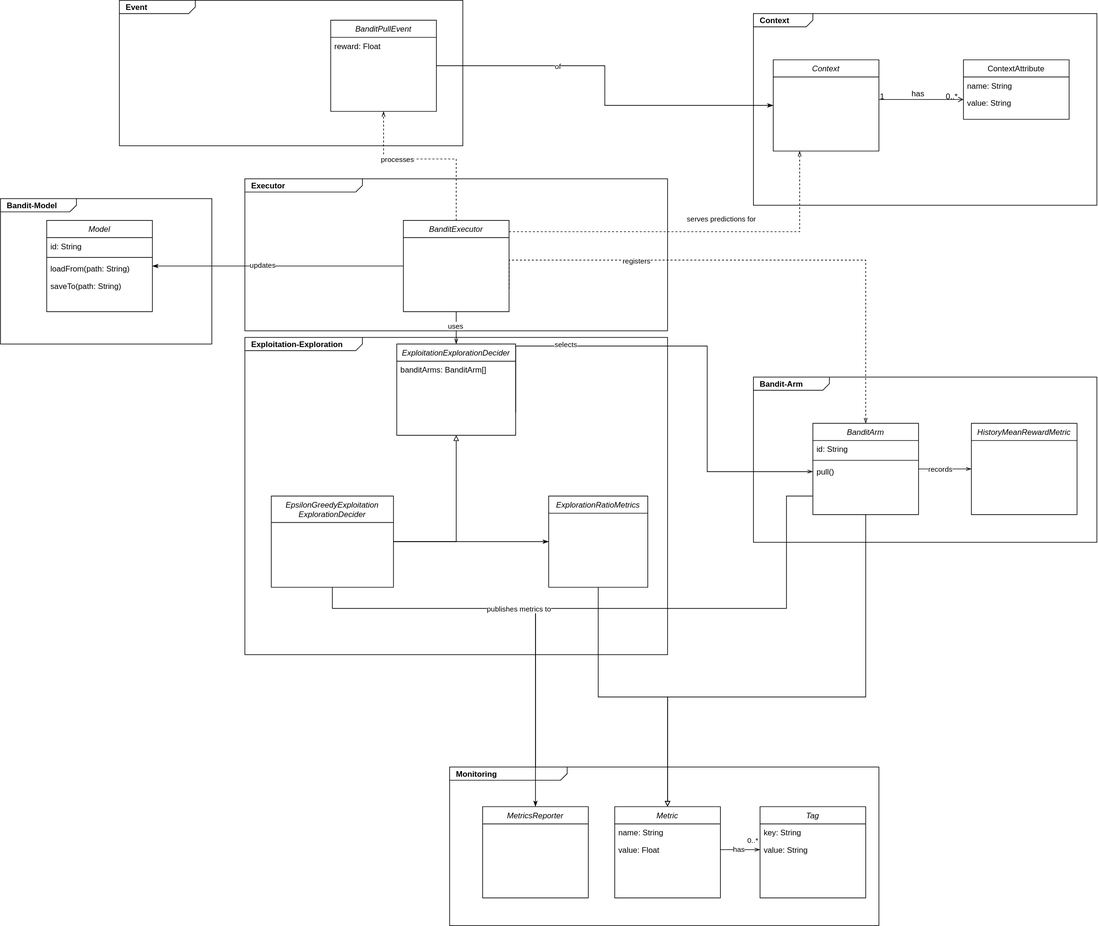
The draw.io diagram documentation/kotlin-contextual-bandit.drawio.svg in sesigl/kotlin-contextual-bandit, before a commit. Source tidied: cells renumbered, new cells last; positions are measured from the earlier drawing's top-left corner, leaving out a move shared by most shapes. The source it was exported from:
```xml
<mxGraphModel>
  <root>
    <mxCell id="0" />
    <mxCell id="1" parent="0" />
    <mxCell id="2" value="&lt;p style=&quot;margin: 0px ; margin-top: 4px ; margin-left: 10px ; text-align: left&quot;&gt;&lt;b&gt;Exploitation-Exploration&lt;/b&gt;&lt;/p&gt;" style="html=1;strokeWidth=1;shape=mxgraph.sysml.package;html=1;overflow=fill;whiteSpace=wrap;labelX=178.71;" parent="1" vertex="1">
      <mxGeometry x="370" y="510" width="640" height="480" as="geometry" />
    </mxCell>
    <mxCell id="3" value="&lt;p style=&quot;margin: 0px ; margin-top: 4px ; margin-left: 10px ; text-align: left&quot;&gt;&lt;b&gt;Executor&lt;/b&gt;&lt;/p&gt;" style="html=1;strokeWidth=1;shape=mxgraph.sysml.package;html=1;overflow=fill;whiteSpace=wrap;labelX=178.71;" parent="1" vertex="1">
      <mxGeometry x="370" y="270" width="640" height="230" as="geometry" />
    </mxCell>
    <mxCell id="4" value="&lt;p style=&quot;margin: 0px ; margin-top: 4px ; margin-left: 10px ; text-align: left&quot;&gt;&lt;b&gt;Context&lt;/b&gt;&lt;/p&gt;" style="html=1;strokeWidth=1;shape=mxgraph.sysml.package;html=1;overflow=fill;whiteSpace=wrap;" parent="1" vertex="1">
      <mxGeometry x="1140" y="20" width="520" height="290" as="geometry" />
    </mxCell>
    <mxCell id="5" value="Context" style="swimlane;fontStyle=2;align=center;verticalAlign=top;horizontal=1;startSize=26;rounded=0;shadow=0;strokeWidth=1;" parent="1" vertex="1">
      <mxGeometry x="1170" y="90" width="160" height="138" as="geometry" />
    </mxCell>
    <mxCell id="6" value="ContextAttribute" style="swimlane;fontStyle=0;align=center;verticalAlign=top;horizontal=1;startSize=26;rounded=0;shadow=0;strokeWidth=1;" parent="1" vertex="1">
      <mxGeometry x="1458" y="90" width="160" height="90" as="geometry" />
    </mxCell>
    <mxCell id="7" value="name: String" style="text;align=left;verticalAlign=top;spacingLeft=4;spacingRight=4;overflow=hidden;" parent="6" vertex="1">
      <mxGeometry y="26" width="160" height="26" as="geometry" />
    </mxCell>
    <mxCell id="8" value="value: String" style="text;align=left;verticalAlign=top;spacingLeft=4;spacingRight=4;overflow=hidden;" parent="6" vertex="1">
      <mxGeometry y="52" width="160" height="26" as="geometry" />
    </mxCell>
    <mxCell id="9" style="endArrow=open;shadow=0;strokeWidth=1;rounded=0;endFill=1;edgeStyle=elbowEdgeStyle;elbow=vertical;" parent="1" edge="1" source="5" target="6">
      <mxGeometry x="0.5" y="41" relative="1" as="geometry">
        <Array as="points">
          <mxPoint x="1390" y="150" />
        </Array>
        <mxPoint x="-40" y="32" as="offset" />
      </mxGeometry>
    </mxCell>
    <mxCell id="10" value="1" style="align=left;verticalAlign=bottom;labelBackgroundColor=none;fontSize=12;" parent="9" vertex="1">
      <mxGeometry x="-1" relative="1" as="geometry">
        <mxPoint y="4" as="offset" />
      </mxGeometry>
    </mxCell>
    <mxCell id="11" value="0..*" style="align=right;verticalAlign=bottom;labelBackgroundColor=none;fontSize=12;" parent="9" vertex="1">
      <mxGeometry x="1" relative="1" as="geometry">
        <mxPoint x="-7" y="4" as="offset" />
      </mxGeometry>
    </mxCell>
    <mxCell id="12" value="has" style="text;html=1;align=center;verticalAlign=middle;labelBackgroundColor=none;rounded=0;shadow=0;strokeWidth=1;fontSize=12;" parent="9" vertex="1">
      <mxGeometry x="0.5" y="49" relative="1" as="geometry">
        <mxPoint x="-38" y="40" as="offset" />
      </mxGeometry>
    </mxCell>
    <mxCell id="13" value="&lt;p style=&quot;margin: 0px ; margin-top: 4px ; margin-left: 10px ; text-align: left&quot;&gt;&lt;b&gt;Bandit-Arm&lt;/b&gt;&lt;/p&gt;" style="html=1;strokeWidth=1;shape=mxgraph.sysml.package;html=1;overflow=fill;whiteSpace=wrap;labelX=115.76;" parent="1" vertex="1">
      <mxGeometry x="1140" y="570" width="520" height="250" as="geometry" />
    </mxCell>
    <mxCell id="14" style="edgeStyle=orthogonalEdgeStyle;rounded=0;jettySize=auto;html=1;entryX=0.25;entryY=1;entryDx=0;entryDy=0;endArrow=openThin;endFill=0;dashed=1;" parent="1" edge="1" source="16" target="5">
      <mxGeometry relative="1" as="geometry">
        <Array as="points">
          <mxPoint x="1210" y="350" />
        </Array>
      </mxGeometry>
    </mxCell>
    <mxCell id="15" value="serves predictions for&amp;nbsp;" style="edgeLabel;html=1;align=center;verticalAlign=middle;" parent="14" vertex="1">
      <mxGeometry x="0.17" y="-5" relative="1" as="geometry">
        <mxPoint x="-5" y="-25" as="offset" />
      </mxGeometry>
    </mxCell>
    <mxCell id="16" value="BanditExecutor" style="swimlane;fontStyle=2;align=center;verticalAlign=top;horizontal=1;startSize=26;rounded=0;shadow=0;strokeWidth=1;" parent="1" vertex="1">
      <mxGeometry x="610" y="333" width="160" height="138" as="geometry" />
    </mxCell>
    <mxCell id="17" style="edgeStyle=orthogonalEdgeStyle;rounded=0;jettySize=auto;html=1;entryX=0;entryY=0.5;entryDx=0;entryDy=0;endArrow=openThin;endFill=0;" parent="1" edge="1" source="20" target="24">
      <mxGeometry relative="1" as="geometry" />
    </mxCell>
    <mxCell id="18" value="records" style="edgeLabel;html=1;align=center;verticalAlign=middle;" parent="17" vertex="1">
      <mxGeometry x="-0.18" relative="1" as="geometry" />
    </mxCell>
    <mxCell id="19" style="edgeStyle=orthogonalEdgeStyle;rounded=0;jettySize=auto;html=1;endArrow=classicThin;endFill=1;" parent="1" edge="1" source="20" target="33">
      <mxGeometry relative="1" as="geometry">
        <Array as="points">
          <mxPoint x="1190" y="750" />
          <mxPoint x="1190" y="920" />
          <mxPoint x="810" y="920" />
        </Array>
      </mxGeometry>
    </mxCell>
    <mxCell id="20" value="BanditArm" style="swimlane;fontStyle=2;align=center;verticalAlign=top;horizontal=1;startSize=26;rounded=0;shadow=0;strokeWidth=1;" parent="1" vertex="1">
      <mxGeometry x="1230" y="640" width="160" height="138" as="geometry" />
    </mxCell>
    <mxCell id="21" value="id: String" style="text;align=left;verticalAlign=top;spacingLeft=4;spacingRight=4;overflow=hidden;" parent="20" vertex="1">
      <mxGeometry y="26" width="160" height="26" as="geometry" />
    </mxCell>
    <mxCell id="22" style="line;strokeWidth=1;fillColor=none;align=left;verticalAlign=middle;spacingTop=-1;spacingLeft=3;spacingRight=3;labelPosition=right;" parent="20" vertex="1">
      <mxGeometry y="52" width="160" height="8" as="geometry" />
    </mxCell>
    <mxCell id="23" value="pull()" style="text;strokeColor=none;fillColor=none;align=left;verticalAlign=top;spacingLeft=4;spacingRight=4;overflow=hidden;points=[[0,0.5],[1,0.5]];portConstraint=eastwest;" parent="20" vertex="1">
      <mxGeometry y="60" width="160" height="26" as="geometry" />
    </mxCell>
    <mxCell id="24" value="HistoryMeanRewardMetric" style="swimlane;fontStyle=2;align=center;verticalAlign=top;horizontal=1;startSize=26;rounded=0;shadow=0;strokeWidth=1;" parent="1" vertex="1">
      <mxGeometry x="1470" y="640" width="160" height="138" as="geometry" />
    </mxCell>
    <mxCell id="25" style="edgeStyle=orthogonalEdgeStyle;rounded=0;jettySize=auto;html=1;entryX=0;entryY=0.5;entryDx=0;entryDy=0;endArrow=openThin;endFill=0;exitX=1;exitY=0.75;exitDx=0;exitDy=0;" parent="1" edge="1" source="27" target="23">
      <mxGeometry relative="1" as="geometry">
        <Array as="points">
          <mxPoint x="1070" y="523" />
          <mxPoint x="1070" y="713" />
        </Array>
      </mxGeometry>
    </mxCell>
    <mxCell id="26" value="selects" style="edgeLabel;html=1;align=center;verticalAlign=middle;" parent="25" vertex="1">
      <mxGeometry x="-0.52" y="3" relative="1" as="geometry" />
    </mxCell>
    <mxCell id="27" value="ExploitationExplorationDecider" style="swimlane;fontStyle=2;align=center;verticalAlign=top;horizontal=1;startSize=26;rounded=0;shadow=0;strokeWidth=1;" parent="1" vertex="1">
      <mxGeometry x="600" y="520" width="180" height="138" as="geometry" />
    </mxCell>
    <mxCell id="28" value="banditArms: BanditArm[]" style="text;align=left;verticalAlign=top;spacingLeft=4;spacingRight=4;overflow=hidden;" parent="27" vertex="1">
      <mxGeometry y="26" width="180" height="26" as="geometry" />
    </mxCell>
    <mxCell id="29" style="edgeStyle=orthogonalEdgeStyle;rounded=0;jettySize=auto;html=1;entryX=0.5;entryY=1;entryDx=0;entryDy=0;endArrow=block;endFill=0;" parent="1" edge="1" source="31" target="27">
      <mxGeometry relative="1" as="geometry" />
    </mxCell>
    <mxCell id="30" style="edgeStyle=orthogonalEdgeStyle;rounded=0;jettySize=auto;html=1;endArrow=classicThin;endFill=1;entryX=0;entryY=0.5;entryDx=0;entryDy=0;" parent="1" edge="1" source="31" target="48">
      <mxGeometry relative="1" as="geometry" />
    </mxCell>
    <mxCell id="31" value="EpsilonGreedyExploitation&#10;ExplorationDecider" style="swimlane;fontStyle=2;align=center;verticalAlign=top;horizontal=1;startSize=40;rounded=0;shadow=0;strokeWidth=1;" parent="1" vertex="1">
      <mxGeometry x="410" y="750" width="185" height="138" as="geometry" />
    </mxCell>
    <mxCell id="32" value="&lt;p style=&quot;margin: 0px ; margin-top: 4px ; margin-left: 10px ; text-align: left&quot;&gt;&lt;b&gt;Monitoring&lt;/b&gt;&lt;/p&gt;" style="html=1;strokeWidth=1;shape=mxgraph.sysml.package;html=1;overflow=fill;whiteSpace=wrap;labelX=178.71;" parent="1" vertex="1">
      <mxGeometry x="680" y="1160" width="650" height="240" as="geometry" />
    </mxCell>
    <mxCell id="33" value="MetricsReporter" style="swimlane;fontStyle=2;align=center;verticalAlign=top;horizontal=1;startSize=26;rounded=0;shadow=0;strokeWidth=1;" parent="1" vertex="1">
      <mxGeometry x="730" y="1220" width="160" height="138" as="geometry" />
    </mxCell>
    <mxCell id="34" value="Metric" style="swimlane;fontStyle=2;align=center;verticalAlign=top;horizontal=1;startSize=26;rounded=0;shadow=0;strokeWidth=1;" parent="1" vertex="1">
      <mxGeometry x="930" y="1220" width="160" height="138" as="geometry" />
    </mxCell>
    <mxCell id="35" value="name: String" style="text;align=left;verticalAlign=top;spacingLeft=4;spacingRight=4;overflow=hidden;" parent="34" vertex="1">
      <mxGeometry y="26" width="160" height="26" as="geometry" />
    </mxCell>
    <mxCell id="36" value="value: Float" style="text;align=left;verticalAlign=top;spacingLeft=4;spacingRight=4;overflow=hidden;points=[[0,0.5],[1,0.5]];portConstraint=eastwest;" parent="34" vertex="1">
      <mxGeometry y="52" width="160" height="26" as="geometry" />
    </mxCell>
    <mxCell id="37" value="Tag" style="swimlane;fontStyle=2;align=center;verticalAlign=top;horizontal=1;startSize=26;rounded=0;shadow=0;strokeWidth=1;" parent="1" vertex="1">
      <mxGeometry x="1150" y="1220" width="160" height="138" as="geometry" />
    </mxCell>
    <mxCell id="38" value="key: String" style="text;align=left;verticalAlign=top;spacingLeft=4;spacingRight=4;overflow=hidden;" parent="37" vertex="1">
      <mxGeometry y="26" width="160" height="26" as="geometry" />
    </mxCell>
    <mxCell id="39" value="value: String" style="text;align=left;verticalAlign=top;spacingLeft=4;spacingRight=4;overflow=hidden;points=[[0,0.5],[1,0.5]];portConstraint=eastwest;" parent="37" vertex="1">
      <mxGeometry y="52" width="160" height="26" as="geometry" />
    </mxCell>
    <mxCell id="40" style="edgeStyle=orthogonalEdgeStyle;rounded=0;jettySize=auto;html=1;entryX=0;entryY=0.5;entryDx=0;entryDy=0;endArrow=openThin;endFill=0;" parent="1" edge="1" source="36" target="39">
      <mxGeometry relative="1" as="geometry" />
    </mxCell>
    <mxCell id="41" value="has" style="edgeLabel;html=1;align=center;verticalAlign=middle;" parent="40" vertex="1">
      <mxGeometry x="-0.08" y="1" relative="1" as="geometry" />
    </mxCell>
    <mxCell id="42" value="0..*" style="edgeLabel;html=1;align=center;verticalAlign=middle;" parent="40" vertex="1">
      <mxGeometry x="0.63" y="1" relative="1" as="geometry">
        <mxPoint y="-14" as="offset" />
      </mxGeometry>
    </mxCell>
    <mxCell id="43" style="edgeStyle=orthogonalEdgeStyle;rounded=0;jettySize=auto;html=1;entryX=0.5;entryY=0;entryDx=0;entryDy=0;endArrow=openThin;endFill=0;" parent="1" edge="1" source="16" target="27">
      <mxGeometry relative="1" as="geometry" />
    </mxCell>
    <mxCell id="44" value="uses" style="edgeLabel;html=1;align=center;verticalAlign=middle;" parent="43" vertex="1">
      <mxGeometry x="-0.11" y="-2" relative="1" as="geometry" />
    </mxCell>
    <mxCell id="45" style="edgeStyle=orthogonalEdgeStyle;rounded=0;jettySize=auto;html=1;endArrow=openThin;endFill=0;dashed=1;exitX=1;exitY=0.75;exitDx=0;exitDy=0;entryX=0.5;entryY=0;entryDx=0;entryDy=0;" parent="1" edge="1" source="16" target="20">
      <mxGeometry relative="1" as="geometry">
        <Array as="points">
          <mxPoint x="1310" y="393" />
        </Array>
      </mxGeometry>
    </mxCell>
    <mxCell id="46" value="registers" style="edgeLabel;html=1;align=center;verticalAlign=middle;" parent="45" vertex="1">
      <mxGeometry x="-0.43" y="-1" relative="1" as="geometry" />
    </mxCell>
    <mxCell id="47" style="edgeStyle=orthogonalEdgeStyle;rounded=0;jettySize=auto;html=1;entryX=0.5;entryY=0;entryDx=0;entryDy=0;endArrow=block;endFill=0;" parent="1" edge="1" source="48" target="34">
      <mxGeometry relative="1" as="geometry" />
    </mxCell>
    <mxCell id="48" value="ExplorationRatioMetrics" style="swimlane;fontStyle=2;align=center;verticalAlign=top;horizontal=1;startSize=26;rounded=0;shadow=0;strokeWidth=1;" parent="1" vertex="1">
      <mxGeometry x="830" y="750" width="150" height="138" as="geometry" />
    </mxCell>
    <mxCell id="49" style="edgeStyle=orthogonalEdgeStyle;rounded=0;jettySize=auto;html=1;entryX=0.5;entryY=0;entryDx=0;entryDy=0;endArrow=classicThin;endFill=1;exitX=0.5;exitY=1;exitDx=0;exitDy=0;" parent="1" edge="1" source="31" target="33">
      <mxGeometry relative="1" as="geometry">
        <Array as="points">
          <mxPoint x="502" y="920" />
          <mxPoint x="810" y="920" />
        </Array>
      </mxGeometry>
    </mxCell>
    <mxCell id="50" value="publishes metrics to" style="edgeLabel;html=1;align=center;verticalAlign=middle;" parent="49" vertex="1">
      <mxGeometry x="-0.21" y="-4" relative="1" as="geometry">
        <mxPoint x="61" y="-4" as="offset" />
      </mxGeometry>
    </mxCell>
    <mxCell id="51" style="edgeStyle=orthogonalEdgeStyle;rounded=0;jettySize=auto;html=1;endArrow=block;endFill=0;exitX=0.5;exitY=1;exitDx=0;exitDy=0;" parent="1" edge="1" source="20">
      <mxGeometry relative="1" as="geometry">
        <mxPoint x="1010" y="1220" as="targetPoint" />
        <Array as="points">
          <mxPoint x="1310" y="1054" />
          <mxPoint x="1010" y="1054" />
        </Array>
      </mxGeometry>
    </mxCell>
    <mxCell id="52" value="&lt;p style=&quot;margin: 0px ; margin-top: 4px ; margin-left: 10px ; text-align: left&quot;&gt;&lt;b&gt;Bandit-Model&lt;/b&gt;&lt;/p&gt;" style="html=1;strokeWidth=1;shape=mxgraph.sysml.package;html=1;overflow=fill;whiteSpace=wrap;labelX=115.76;" parent="1" vertex="1">
      <mxGeometry y="300" width="320" height="220" as="geometry" />
    </mxCell>
    <mxCell id="53" value="Model" style="swimlane;fontStyle=2;align=center;verticalAlign=top;horizontal=1;startSize=26;rounded=0;shadow=0;strokeWidth=1;" parent="1" vertex="1">
      <mxGeometry x="70" y="333" width="160" height="138" as="geometry" />
    </mxCell>
    <mxCell id="54" value="id: String" style="text;align=left;verticalAlign=top;spacingLeft=4;spacingRight=4;overflow=hidden;" parent="53" vertex="1">
      <mxGeometry y="26" width="160" height="26" as="geometry" />
    </mxCell>
    <mxCell id="55" style="line;strokeWidth=1;fillColor=none;align=left;verticalAlign=middle;spacingTop=-1;spacingLeft=3;spacingRight=3;labelPosition=right;" parent="53" vertex="1">
      <mxGeometry y="52" width="160" height="8" as="geometry" />
    </mxCell>
    <mxCell id="56" value="loadFrom(path: String)" style="text;strokeColor=none;fillColor=none;align=left;verticalAlign=top;spacingLeft=4;spacingRight=4;overflow=hidden;" parent="53" vertex="1">
      <mxGeometry y="60" width="160" height="26" as="geometry" />
    </mxCell>
    <mxCell id="57" value="saveTo(path: String)" style="text;strokeColor=none;fillColor=none;align=left;verticalAlign=top;spacingLeft=4;spacingRight=4;overflow=hidden;" parent="53" vertex="1">
      <mxGeometry y="86" width="160" height="26" as="geometry" />
    </mxCell>
    <mxCell id="58" style="edgeStyle=orthogonalEdgeStyle;rounded=0;jettySize=auto;html=1;endArrow=classicThin;endFill=1;exitX=0;exitY=0.5;exitDx=0;exitDy=0;" parent="1" edge="1" source="16">
      <mxGeometry relative="1" as="geometry">
        <mxPoint x="230" y="402" as="targetPoint" />
        <Array as="points">
          <mxPoint x="230" y="402" />
        </Array>
      </mxGeometry>
    </mxCell>
    <mxCell id="59" value="updates" style="edgeLabel;html=1;align=center;verticalAlign=middle;" parent="58" vertex="1">
      <mxGeometry x="0.13" y="-2" relative="1" as="geometry">
        <mxPoint x="1" as="offset" />
      </mxGeometry>
    </mxCell>
    <mxCell id="60" value="&lt;p style=&quot;margin: 0px ; margin-top: 4px ; margin-left: 10px ; text-align: left&quot;&gt;&lt;b&gt;Event&lt;/b&gt;&lt;/p&gt;" style="html=1;strokeWidth=1;shape=mxgraph.sysml.package;html=1;overflow=fill;whiteSpace=wrap;labelX=115.76;" parent="1" vertex="1">
      <mxGeometry x="180" width="520" height="220" as="geometry" />
    </mxCell>
    <mxCell id="61" style="edgeStyle=orthogonalEdgeStyle;rounded=0;jettySize=auto;html=1;entryX=0;entryY=0.5;entryDx=0;entryDy=0;endArrow=classicThin;endFill=1;" parent="1" edge="1" source="63" target="5">
      <mxGeometry relative="1" as="geometry" />
    </mxCell>
    <mxCell id="62" value="of" style="edgeLabel;html=1;align=center;verticalAlign=middle;" parent="61" vertex="1">
      <mxGeometry x="-0.35" relative="1" as="geometry" />
    </mxCell>
    <mxCell id="63" value="BanditPullEvent" style="swimlane;fontStyle=2;align=center;verticalAlign=top;horizontal=1;startSize=26;rounded=0;shadow=0;strokeWidth=1;" parent="1" vertex="1">
      <mxGeometry x="500" y="30" width="160" height="138" as="geometry" />
    </mxCell>
    <mxCell id="64" value="reward: Float" style="text;strokeColor=none;fillColor=none;align=left;verticalAlign=top;spacingLeft=4;spacingRight=4;overflow=hidden;" parent="63" vertex="1">
      <mxGeometry y="26" width="160" height="26" as="geometry" />
    </mxCell>
    <mxCell id="65" style="edgeStyle=orthogonalEdgeStyle;rounded=0;jettySize=auto;html=1;entryX=0.5;entryY=1;entryDx=0;entryDy=0;endArrow=openThin;endFill=0;dashed=1;exitX=0.5;exitY=0;exitDx=0;exitDy=0;" parent="1" edge="1" source="16" target="63">
      <mxGeometry relative="1" as="geometry">
        <Array as="points">
          <mxPoint x="690" y="240" />
          <mxPoint x="580" y="240" />
        </Array>
      </mxGeometry>
    </mxCell>
    <mxCell id="66" value="processes" style="edgeLabel;html=1;align=center;verticalAlign=middle;" parent="65" vertex="1">
      <mxGeometry x="0.17" y="-5" relative="1" as="geometry">
        <mxPoint x="-23" y="5" as="offset" />
      </mxGeometry>
    </mxCell>
  </root>
</mxGraphModel>
```
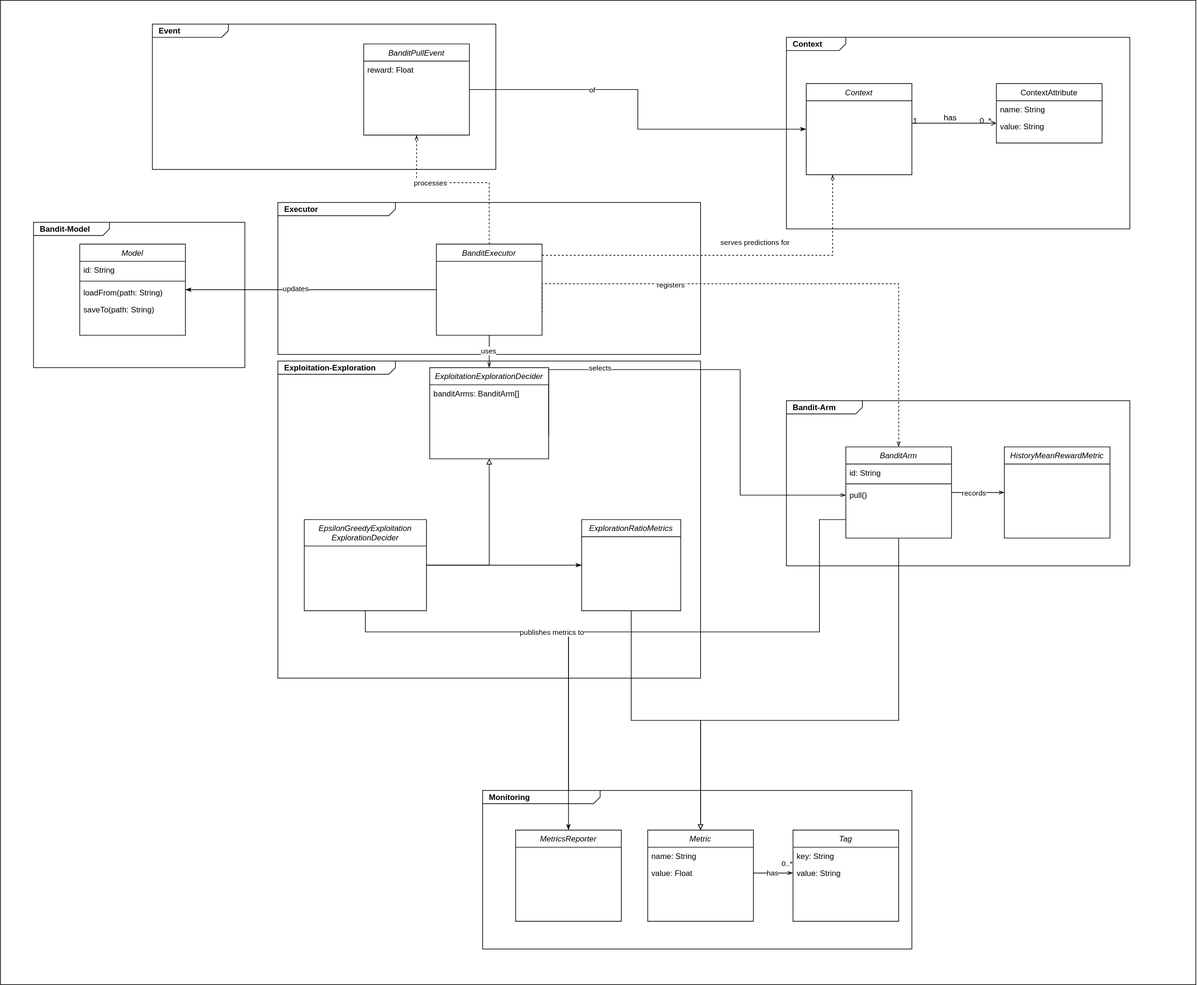
Above is the later version.

Change to the diagram source:
```diff
@@ -2,6 +2,9 @@
   <root>
     <mxCell id="0" />
     <mxCell id="1" parent="0" />
+    <mxCell id="67" style="rounded=0;whiteSpace=wrap;html=1;" parent="1" vertex="1">
+      <mxGeometry x="-50" y="-36" width="1810" height="1490" as="geometry" />
+    </mxCell>
     <mxCell id="2" value="&lt;p style=&quot;margin: 0px ; margin-top: 4px ; margin-left: 10px ; text-align: left&quot;&gt;&lt;b&gt;Exploitation-Exploration&lt;/b&gt;&lt;/p&gt;" style="html=1;strokeWidth=1;shape=mxgraph.sysml.package;html=1;overflow=fill;whiteSpace=wrap;labelX=178.71;" parent="1" vertex="1">
       <mxGeometry x="370" y="510" width="640" height="480" as="geometry" />
     </mxCell>
```
